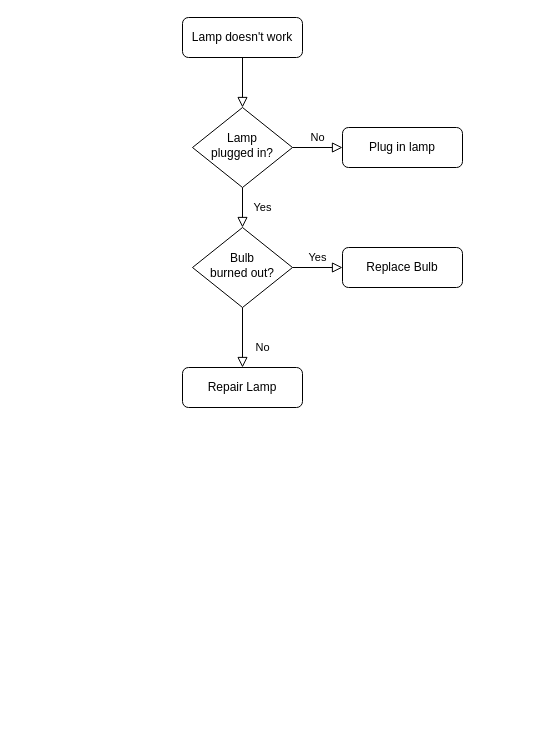
This is Untitled Diagram.drawio from leticiabiely/Sistema-de-Pe-as, a draw.io file, before an edit. Source tidied: cells renumbered, new cells numbered last; positions are measured from the earlier drawing's top-left corner, leaving out a move shared by most shapes. Both pictures are drawn from the tidied source at 100%, with x=0, y=0 at pixel (182, 17).
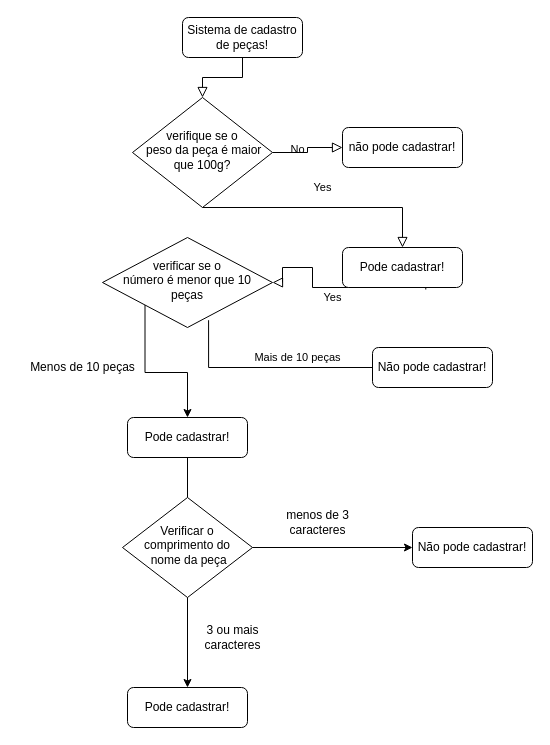
The same page after the edit.

Change to the diagram source:
```diff
@@
-    <mxCell id="3" value="Lamp doesn't work" style="rounded=1;whiteSpace=wrap;html=1;fontSize=12;glass=0;strokeWidth=1;shadow=0;" parent="1" vertex="1">
+    <mxCell id="3" value="Sistema de cadastro de peças!" style="rounded=1;whiteSpace=wrap;html=1;fontSize=12;glass=0;strokeWidth=1;shadow=0;" parent="1" vertex="1">
       <mxGeometry width="120" height="40" as="geometry" />
     </mxCell>
-    <mxCell id="4" value="Yes" style="rounded=0;html=1;jettySize=auto;fontSize=11;endArrow=block;endFill=0;endSize=8;strokeWidth=1;shadow=0;labelBackgroundColor=none;edgeStyle=orthogonalEdgeStyle;" parent="1" edge="1" source="6" target="10">
-      <mxGeometry y="20" relative="1" as="geometry" />
+    <mxCell id="4" value="Yes" style="rounded=0;html=1;jettySize=auto;fontSize=11;endArrow=block;endFill=0;endSize=8;strokeWidth=1;shadow=0;labelBackgroundColor=none;edgeStyle=orthogonalEdgeStyle;entryX=0.5;entryY=0;entryDx=0;entryDy=0;" parent="1" edge="1" source="6" target="12">
+      <mxGeometry y="20" relative="1" as="geometry">
+        <Array as="points">
+          <mxPoint x="220" y="190" />
+        </Array>
+      </mxGeometry>
     </mxCell>
@@
-    <mxCell id="6" value="Lamp&lt;br&gt;plugged in?" style="rhombus;whiteSpace=wrap;html=1;shadow=0;fontFamily=Helvetica;fontSize=12;align=center;strokeWidth=1;spacing=6;spacingTop=-4;" parent="1" vertex="1">
-      <mxGeometry x="10" y="90" width="100" height="80" as="geometry" />
+    <mxCell id="6" value="&lt;div style=&quot;&quot;&gt;verifique se o&lt;br&gt;&amp;nbsp;peso da peça é maior que 100g?&lt;/div&gt;" style="rhombus;whiteSpace=wrap;html=1;shadow=0;fontFamily=Helvetica;fontSize=12;align=center;strokeWidth=1;spacing=6;spacingTop=-4;fillColor=default;" parent="1" vertex="1">
+      <mxGeometry x="-50" y="80" width="140" height="110" as="geometry" />
     </mxCell>
-    <mxCell id="7" value="Plug in lamp" style="rounded=1;whiteSpace=wrap;html=1;fontSize=12;glass=0;strokeWidth=1;shadow=0;" parent="1" vertex="1">
+    <mxCell id="7" value="não pode cadastrar!" style="rounded=1;whiteSpace=wrap;html=1;fontSize=12;glass=0;strokeWidth=1;shadow=0;" parent="1" vertex="1">
       <mxGeometry x="160" y="110" width="120" height="40" as="geometry" />
     </mxCell>
-    <mxCell id="8" value="No" style="rounded=0;html=1;jettySize=auto;fontSize=11;endArrow=block;endFill=0;endSize=8;strokeWidth=1;shadow=0;labelBackgroundColor=none;edgeStyle=orthogonalEdgeStyle;" parent="1" edge="1" source="10" target="11">
-      <mxGeometry x="0.33" y="20" relative="1" as="geometry" />
-    </mxCell>
-    <mxCell id="9" value="Yes" style="edgeStyle=orthogonalEdgeStyle;rounded=0;html=1;jettySize=auto;fontSize=11;endArrow=block;endFill=0;endSize=8;strokeWidth=1;shadow=0;labelBackgroundColor=none;" parent="1" edge="1" source="10" target="12">
-      <mxGeometry y="10" relative="1" as="geometry" />
+    <mxCell id="9" value="Yes" style="edgeStyle=orthogonalEdgeStyle;rounded=0;html=1;jettySize=auto;fontSize=11;endArrow=block;endFill=0;endSize=8;strokeWidth=1;shadow=0;labelBackgroundColor=none;exitX=0.694;exitY=1.05;exitDx=0;exitDy=0;exitPerimeter=0;entryX=1;entryY=0.5;entryDx=0;entryDy=0;" parent="1" edge="1" source="12" target="10">
+      <mxGeometry y="10" relative="1" as="geometry">
+        <Array as="points">
+          <mxPoint x="243" y="270" />
+          <mxPoint x="130" y="270" />
+          <mxPoint x="130" y="250" />
+          <mxPoint x="100" y="250" />
+        </Array>
+      </mxGeometry>
     </mxCell>
-    <mxCell id="10" value="Bulb&lt;br&gt;burned out?" style="rhombus;whiteSpace=wrap;html=1;shadow=0;fontFamily=Helvetica;fontSize=12;align=center;strokeWidth=1;spacing=6;spacingTop=-4;" parent="1" vertex="1">
-      <mxGeometry x="10" y="210" width="100" height="80" as="geometry" />
+    <mxCell id="10" value="verificar se o &lt;br&gt;número é menor que 10 peças" style="rhombus;whiteSpace=wrap;html=1;shadow=0;fontFamily=Helvetica;fontSize=12;align=center;strokeWidth=1;spacing=6;spacingTop=-4;" parent="1" vertex="1">
+      <mxGeometry x="-80" y="220" width="170" height="90" as="geometry" />
     </mxCell>
-    <mxCell id="11" value="Repair Lamp" style="rounded=1;whiteSpace=wrap;html=1;fontSize=12;glass=0;strokeWidth=1;shadow=0;" parent="1" vertex="1">
-      <mxGeometry y="350" width="120" height="40" as="geometry" />
+    <mxCell id="11" value="Pode cadastrar!" style="rounded=1;whiteSpace=wrap;html=1;fontSize=12;glass=0;strokeWidth=1;shadow=0;" parent="1" vertex="1">
+      <mxGeometry x="-55" y="670" width="120" height="40" as="geometry" />
     </mxCell>
-    <mxCell id="12" value="Replace Bulb" style="rounded=1;whiteSpace=wrap;html=1;fontSize=12;glass=0;strokeWidth=1;shadow=0;" parent="1" vertex="1">
+    <mxCell id="12" value="Pode cadastrar!" style="rounded=1;whiteSpace=wrap;html=1;fontSize=12;glass=0;strokeWidth=1;shadow=0;" parent="1" vertex="1">
       <mxGeometry x="160" y="230" width="120" height="40" as="geometry" />
     </mxCell>
+    <mxCell id="13" value="Verificar o comprimento do&lt;br&gt;&amp;nbsp;nome da peça" style="rhombus;whiteSpace=wrap;html=1;shadow=0;fontFamily=Helvetica;fontSize=12;align=center;strokeWidth=1;spacing=6;spacingTop=-4;" parent="1" vertex="1">
+      <mxGeometry x="-60" y="480" width="130" height="100" as="geometry" />
+    </mxCell>
+    <mxCell id="14" style="rounded=0;html=1;jettySize=auto;fontSize=11;endArrow=none;endFill=0;endSize=8;strokeWidth=1;shadow=0;labelBackgroundColor=none;edgeStyle=orthogonalEdgeStyle;startArrow=none;entryX=0.5;entryY=0;entryDx=0;entryDy=0;" parent="1" edge="1" source="17" target="13">
+      <mxGeometry x="0.33" y="20" relative="1" as="geometry" />
+    </mxCell>
+    <mxCell id="15" value="Não pode cadastrar!" style="rounded=1;whiteSpace=wrap;html=1;fontSize=12;glass=0;strokeWidth=1;shadow=0;" parent="1" vertex="1">
+      <mxGeometry x="190" y="330" width="120" height="40" as="geometry" />
+    </mxCell>
+    <mxCell id="16" style="edgeStyle=orthogonalEdgeStyle;rounded=0;jettySize=auto;html=1;fontFamily=Verdana;fontColor=#000000;exitX=0;exitY=1;exitDx=0;exitDy=0;entryX=0.5;entryY=0;entryDx=0;entryDy=0;" parent="1" edge="1" source="10" target="17">
+      <mxGeometry relative="1" as="geometry" />
+    </mxCell>
+    <mxCell id="17" value="Pode cadastrar!" style="rounded=1;whiteSpace=wrap;html=1;fontSize=12;glass=0;strokeWidth=1;shadow=0;" parent="1" vertex="1">
+      <mxGeometry x="-55" y="400" width="120" height="40" as="geometry" />
+    </mxCell>
+    <mxCell id="18" value="Mais de 10 peças" style="rounded=0;html=1;jettySize=auto;fontSize=11;endArrow=none;endFill=0;endSize=8;strokeWidth=1;shadow=0;labelBackgroundColor=none;edgeStyle=orthogonalEdgeStyle;exitX=0;exitY=0.5;exitDx=0;exitDy=0;entryX=0.624;entryY=0.919;entryDx=0;entryDy=0;entryPerimeter=0;" parent="1" edge="1" source="15" target="10">
+      <mxGeometry x="-0.29" y="-10" relative="1" as="geometry" />
+    </mxCell>
+    <mxCell id="19" value="Menos de 10 peças" style="text;html=1;align=center;verticalAlign=middle;strokeColor=none;fillColor=none;fontFamily=Helvetica;fontColor=#000000;fontStyle=0;" parent="1" vertex="1">
+      <mxGeometry x="-165" y="335" width="130" height="30" as="geometry" />
+    </mxCell>
+    <mxCell id="20" value="Não pode cadastrar!" style="rounded=1;whiteSpace=wrap;html=1;fontSize=12;glass=0;strokeWidth=1;shadow=0;" parent="1" vertex="1">
+      <mxGeometry x="230" y="510" width="120" height="40" as="geometry" />
+    </mxCell>
+    <mxCell id="21" style="endArrow=classic;html=1;rounded=0;fontFamily=Helvetica;fontColor=#000000;exitX=1;exitY=0.5;exitDx=0;exitDy=0;entryX=0;entryY=0.5;entryDx=0;entryDy=0;" parent="1" edge="1" source="13" target="20">
+      <mxGeometry relative="1" as="geometry" />
+    </mxCell>
+    <mxCell id="22" value="menos de 3 &lt;br&gt;caracteres" style="text;html=1;align=center;verticalAlign=middle;strokeColor=none;fillColor=none;fontFamily=Helvetica;fontColor=#000000;" parent="1" vertex="1">
+      <mxGeometry x="90" y="485" width="90" height="40" as="geometry" />
+    </mxCell>
+    <mxCell id="23" value="3 ou mais &lt;br&gt;caracteres" style="text;html=1;align=center;verticalAlign=middle;strokeColor=none;fillColor=none;fontFamily=Helvetica;fontColor=#000000;" parent="1" vertex="1">
+      <mxGeometry x="10" y="600" width="80" height="40" as="geometry" />
+    </mxCell>
+    <mxCell id="24" style="endArrow=classic;html=1;rounded=0;fontFamily=Helvetica;fontColor=#000000;entryX=0.5;entryY=0;entryDx=0;entryDy=0;exitX=0.5;exitY=1;exitDx=0;exitDy=0;" parent="1" edge="1" source="13" target="11">
+      <mxGeometry relative="1" as="geometry" />
+    </mxCell>
```
